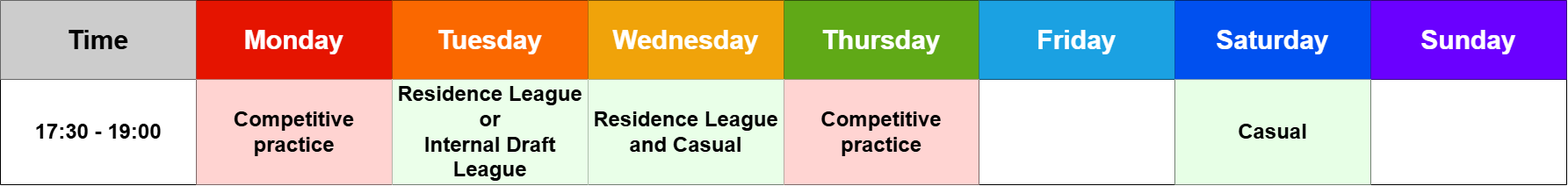
Before: assets/images/Weekly schedule.png, a diagram exported from draw.io (RenierDuminy/Competitive-Frisbee-League). Source tidied: cells renumbered, new cells last; positions are measured from the earlier drawing's top-left corner, leaving out a move shared by most shapes.
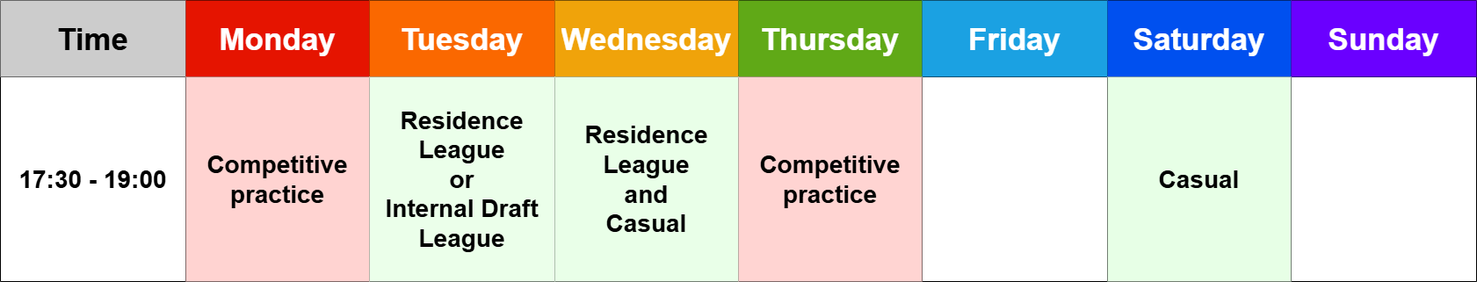
After the commit.

The edit, as a diff of the source:
```diff
@@ -2,62 +2,62 @@
   <root>
     <mxCell id="0" />
     <mxCell id="1" parent="0" />
-    <mxCell id="2" style="shape=table;startSize=0;fontSize=11;" parent="1" vertex="1">
-      <mxGeometry width="1783" height="210" as="geometry" />
+    <mxCell id="2" style="shape=table;startSize=0;fontSize=12;perimeterSpacing=5;rounded=0;swimlaneFillColor=none;gradientColor=none;flipV=0;flipH=0;strokeWidth=1;whiteSpace=wrap;textShadow=0;align=left;strokeColor=default;" parent="1" vertex="1">
+      <mxGeometry width="1680" height="320" as="geometry" />
     </mxCell>
-    <mxCell id="3" style="shape=tableRow;horizontal=0;startSize=0;swimlaneHead=0;swimlaneBody=0;strokeColor=inherit;top=0;left=0;bottom=0;right=0;fillColor=none;" parent="2" vertex="1">
-      <mxGeometry width="1783" height="90" as="geometry" />
+    <mxCell id="3" style="shape=tableRow;horizontal=0;startSize=0;swimlaneHead=0;swimlaneBody=0;strokeColor=default;top=0;left=0;bottom=0;right=0;fillColor=none;strokeWidth=1;" parent="2" vertex="1">
+      <mxGeometry width="1680" height="87" as="geometry" />
     </mxCell>
-    <mxCell id="4" value="Time" style="shape=partialRectangle;html=1;whiteSpace=wrap;strokeColor=inherit;overflow=hidden;fillColor=#CCCCCC;top=0;left=0;bottom=0;right=0;fontFamily=Helvetica;fontSize=30;fontStyle=1;" parent="3" vertex="1">
-      <mxGeometry width="223" height="90" as="geometry" />
+    <mxCell id="4" value="Time" style="shape=partialRectangle;html=1;whiteSpace=wrap;strokeColor=default;overflow=hidden;fillColor=#CCCCCC;top=0;left=0;bottom=0;right=0;fontFamily=Helvetica;fontSize=35;fontStyle=1;strokeWidth=1;" parent="3" vertex="1">
+      <mxGeometry width="211" height="87" as="geometry" />
     </mxCell>
-    <mxCell id="5" value="&lt;font style=&quot;color: rgb(255, 255, 255);&quot;&gt;Monday&lt;/font&gt;" style="shape=partialRectangle;html=1;whiteSpace=wrap;strokeColor=#B20000;overflow=hidden;fillColor=#e51400;top=0;left=0;bottom=0;right=0;fontFamily=Helvetica;fontSize=30;fontStyle=1;fontColor=#ffffff;" parent="3" vertex="1">
-      <mxGeometry x="223" width="223" height="90" as="geometry" />
+    <mxCell id="5" value="&lt;font style=&quot;color: rgb(255, 255, 255);&quot;&gt;Monday&lt;/font&gt;" style="shape=partialRectangle;html=1;whiteSpace=wrap;strokeColor=default;overflow=hidden;fillColor=#e51400;top=0;left=0;bottom=0;right=0;fontFamily=Helvetica;fontSize=35;fontStyle=1;fontColor=#ffffff;strokeWidth=1;" parent="3" vertex="1">
+      <mxGeometry x="211" width="209" height="87" as="geometry" />
     </mxCell>
-    <mxCell id="6" value="&lt;span style=&quot;font-style: normal; font-variant-ligatures: normal; font-variant-caps: normal; letter-spacing: normal; orphans: 2; text-align: center; text-indent: 0px; text-transform: none; widows: 2; word-spacing: 0px; -webkit-text-stroke-width: 0px; white-space: normal; text-decoration-thickness: initial; text-decoration-style: initial; text-decoration-color: initial; float: none; display: inline !important;&quot;&gt;&lt;font style=&quot;color: rgb(255, 255, 255);&quot;&gt;Tuesday&lt;/font&gt;&lt;/span&gt;" style="shape=partialRectangle;html=1;whiteSpace=wrap;strokeColor=#C73500;overflow=hidden;fillColor=#fa6800;top=0;left=0;bottom=0;right=0;fontFamily=Helvetica;fontSize=30;fontStyle=1;fontColor=#000000;" parent="3" vertex="1">
-      <mxGeometry x="446" width="223" height="90" as="geometry" />
+    <mxCell id="6" value="&lt;span style=&quot;font-style: normal; font-variant-ligatures: normal; font-variant-caps: normal; letter-spacing: normal; orphans: 2; text-align: center; text-indent: 0px; text-transform: none; widows: 2; word-spacing: 0px; -webkit-text-stroke-width: 0px; white-space: normal; text-decoration-thickness: initial; text-decoration-style: initial; text-decoration-color: initial; float: none; display: inline !important;&quot;&gt;&lt;font style=&quot;color: rgb(255, 255, 255);&quot;&gt;Tuesday&lt;/font&gt;&lt;/span&gt;" style="shape=partialRectangle;html=1;whiteSpace=wrap;strokeColor=default;overflow=hidden;fillColor=#fa6800;top=0;left=0;bottom=0;right=0;fontFamily=Helvetica;fontSize=35;fontStyle=1;fontColor=#000000;strokeWidth=1;" parent="3" vertex="1">
+      <mxGeometry x="420" width="211" height="87" as="geometry" />
     </mxCell>
-    <mxCell id="7" value="&lt;span style=&quot;font-style: normal; font-variant-ligatures: normal; font-variant-caps: normal; letter-spacing: normal; orphans: 2; text-align: center; text-indent: 0px; text-transform: none; widows: 2; word-spacing: 0px; -webkit-text-stroke-width: 0px; white-space: normal; text-decoration-thickness: initial; text-decoration-style: initial; text-decoration-color: initial; float: none; display: inline !important;&quot;&gt;&lt;font style=&quot;color: rgb(255, 255, 255);&quot;&gt;Wednesday&lt;/font&gt;&lt;/span&gt;" style="shape=partialRectangle;html=1;whiteSpace=wrap;strokeColor=#BD7000;overflow=hidden;fillColor=#f0a30a;top=0;left=0;bottom=0;right=0;fontFamily=Helvetica;fontSize=30;fontStyle=1;fontColor=#000000;" parent="3" vertex="1">
-      <mxGeometry x="669" width="223" height="90" as="geometry" />
+    <mxCell id="7" value="&lt;span style=&quot;font-style: normal; font-variant-ligatures: normal; font-variant-caps: normal; letter-spacing: normal; orphans: 2; text-align: center; text-indent: 0px; text-transform: none; widows: 2; word-spacing: 0px; -webkit-text-stroke-width: 0px; white-space: normal; text-decoration-thickness: initial; text-decoration-style: initial; text-decoration-color: initial; float: none; display: inline !important;&quot;&gt;&lt;font style=&quot;color: rgb(255, 255, 255);&quot;&gt;Wednesday&lt;/font&gt;&lt;/span&gt;" style="shape=partialRectangle;html=1;whiteSpace=wrap;strokeColor=default;overflow=hidden;fillColor=#f0a30a;top=0;left=0;bottom=0;right=0;fontFamily=Helvetica;fontSize=35;fontStyle=1;fontColor=#000000;strokeWidth=1;" parent="3" vertex="1">
+      <mxGeometry x="631" width="209" height="87" as="geometry" />
     </mxCell>
-    <mxCell id="8" value="&lt;span style=&quot;font-style: normal; font-variant-ligatures: normal; font-variant-caps: normal; letter-spacing: normal; orphans: 2; text-align: center; text-indent: 0px; text-transform: none; widows: 2; word-spacing: 0px; -webkit-text-stroke-width: 0px; white-space: normal; text-decoration-thickness: initial; text-decoration-style: initial; text-decoration-color: initial; float: none; display: inline !important;&quot;&gt;&lt;font style=&quot;color: rgb(255, 255, 255);&quot;&gt;Thursday&lt;/font&gt;&lt;/span&gt;" style="shape=partialRectangle;html=1;whiteSpace=wrap;strokeColor=#2D7600;overflow=hidden;fillColor=#60a917;top=0;left=0;bottom=0;right=0;fontFamily=Helvetica;fontSize=30;fontStyle=1;fontColor=#ffffff;" parent="3" vertex="1">
-      <mxGeometry x="892" width="222" height="90" as="geometry" />
+    <mxCell id="8" value="&lt;span style=&quot;font-style: normal; font-variant-ligatures: normal; font-variant-caps: normal; letter-spacing: normal; orphans: 2; text-align: center; text-indent: 0px; text-transform: none; widows: 2; word-spacing: 0px; -webkit-text-stroke-width: 0px; white-space: normal; text-decoration-thickness: initial; text-decoration-style: initial; text-decoration-color: initial; float: none; display: inline !important;&quot;&gt;&lt;font style=&quot;color: rgb(255, 255, 255);&quot;&gt;Thursday&lt;/font&gt;&lt;/span&gt;" style="shape=partialRectangle;html=1;whiteSpace=wrap;strokeColor=default;overflow=hidden;fillColor=#60a917;top=0;left=0;bottom=0;right=0;fontFamily=Helvetica;fontSize=35;fontStyle=1;fontColor=#ffffff;strokeWidth=1;" parent="3" vertex="1">
+      <mxGeometry x="840" width="209" height="87" as="geometry" />
     </mxCell>
-    <mxCell id="9" value="Friday" style="shape=partialRectangle;html=1;whiteSpace=wrap;strokeColor=#006EAF;overflow=hidden;fillColor=#1ba1e2;top=0;left=0;bottom=0;right=0;fontFamily=Helvetica;fontSize=30;fontStyle=1;fontColor=#ffffff;" parent="3" vertex="1">
-      <mxGeometry x="1114" width="223" height="90" as="geometry" />
+    <mxCell id="9" value="Friday" style="shape=partialRectangle;html=1;whiteSpace=wrap;strokeColor=default;overflow=hidden;fillColor=#1ba1e2;top=0;left=0;bottom=0;right=0;fontFamily=Helvetica;fontSize=35;fontStyle=1;fontColor=#ffffff;strokeWidth=1;" parent="3" vertex="1">
+      <mxGeometry x="1049" width="211" height="87" as="geometry" />
     </mxCell>
-    <mxCell id="10" value="&lt;span style=&quot;font-style: normal; font-variant-ligatures: normal; font-variant-caps: normal; letter-spacing: normal; orphans: 2; text-align: center; text-indent: 0px; text-transform: none; widows: 2; word-spacing: 0px; -webkit-text-stroke-width: 0px; white-space: normal; text-decoration-thickness: initial; text-decoration-style: initial; text-decoration-color: initial; float: none; display: inline !important;&quot;&gt;&lt;font style=&quot;color: rgb(255, 255, 255);&quot;&gt;Saturday&lt;/font&gt;&lt;/span&gt;" style="shape=partialRectangle;html=1;whiteSpace=wrap;strokeColor=#001DBC;overflow=hidden;fillColor=#0050ef;top=0;left=0;bottom=0;right=0;fontFamily=Helvetica;fontSize=30;fontStyle=1;fontColor=#ffffff;" parent="3" vertex="1">
-      <mxGeometry x="1337" width="223" height="90" as="geometry" />
+    <mxCell id="10" value="&lt;span style=&quot;font-style: normal; font-variant-ligatures: normal; font-variant-caps: normal; letter-spacing: normal; orphans: 2; text-align: center; text-indent: 0px; text-transform: none; widows: 2; word-spacing: 0px; -webkit-text-stroke-width: 0px; white-space: normal; text-decoration-thickness: initial; text-decoration-style: initial; text-decoration-color: initial; float: none; display: inline !important;&quot;&gt;&lt;font style=&quot;color: rgb(255, 255, 255);&quot;&gt;Saturday&lt;/font&gt;&lt;/span&gt;" style="shape=partialRectangle;html=1;whiteSpace=wrap;strokeColor=default;overflow=hidden;fillColor=#0050ef;top=0;left=0;bottom=0;right=0;fontFamily=Helvetica;fontSize=35;fontStyle=1;fontColor=#ffffff;strokeWidth=1;" parent="3" vertex="1">
+      <mxGeometry x="1260" width="209" height="87" as="geometry" />
     </mxCell>
-    <mxCell id="11" value="Sunday" style="shape=partialRectangle;html=1;whiteSpace=wrap;strokeColor=#3700CC;overflow=hidden;fillColor=#6a00ff;top=0;left=0;bottom=0;right=0;fontFamily=Helvetica;fontSize=30;fontStyle=1;fontColor=#ffffff;" parent="3" vertex="1">
-      <mxGeometry x="1560" width="223" height="90" as="geometry" />
+    <mxCell id="11" value="Sunday" style="shape=partialRectangle;html=1;whiteSpace=wrap;strokeColor=default;overflow=hidden;fillColor=#6a00ff;top=0;left=0;bottom=0;right=0;fontFamily=Helvetica;fontSize=35;fontStyle=1;fontColor=#ffffff;strokeWidth=1;" parent="3" vertex="1">
+      <mxGeometry x="1469" width="211" height="87" as="geometry" />
     </mxCell>
-    <mxCell id="12" style="shape=tableRow;horizontal=0;startSize=0;swimlaneHead=0;swimlaneBody=0;strokeColor=inherit;top=0;left=0;bottom=0;right=0;fillColor=none;" parent="2" vertex="1">
-      <mxGeometry y="90" width="1783" height="120" as="geometry" />
+    <mxCell id="12" style="shape=tableRow;horizontal=0;startSize=0;swimlaneHead=0;swimlaneBody=0;strokeColor=default;top=0;left=0;bottom=0;right=0;fillColor=none;strokeWidth=1;" parent="2" vertex="1">
+      <mxGeometry y="87" width="1680" height="233" as="geometry" />
     </mxCell>
-    <mxCell id="13" value="17:30 - 19:00" style="shape=partialRectangle;html=1;whiteSpace=wrap;strokeColor=inherit;overflow=hidden;fillColor=none;top=0;left=0;bottom=0;right=0;fontSize=24;verticalAlign=middle;fontStyle=1;" parent="12" vertex="1">
-      <mxGeometry width="223" height="120" as="geometry" />
+    <mxCell id="13" value="17:30 - 19:00" style="shape=partialRectangle;html=1;whiteSpace=wrap;strokeColor=default;overflow=hidden;fillColor=none;top=0;left=0;bottom=0;right=0;fontSize=28;verticalAlign=middle;fontStyle=1;strokeWidth=1;" parent="12" vertex="1">
+      <mxGeometry width="211" height="233" as="geometry" />
     </mxCell>
-    <mxCell id="14" value="Competitive practice" style="shape=partialRectangle;html=1;whiteSpace=wrap;strokeColor=#b85450;overflow=hidden;fillColor=#FFD3D1;top=0;left=0;bottom=0;right=0;fontSize=24;verticalAlign=middle;fontStyle=1;" parent="12" vertex="1">
-      <mxGeometry x="223" width="223" height="120" as="geometry" />
+    <mxCell id="14" value="Competitive practice" style="shape=partialRectangle;html=1;whiteSpace=wrap;strokeColor=default;overflow=hidden;fillColor=#FFD3D1;top=0;left=0;bottom=0;right=0;fontSize=28;verticalAlign=middle;fontStyle=1;strokeWidth=1;" parent="12" vertex="1">
+      <mxGeometry x="211" width="209" height="233" as="geometry" />
     </mxCell>
-    <mxCell id="15" value="Residence League &lt;br&gt;or &lt;br&gt;Internal Draft League" style="shape=partialRectangle;html=1;whiteSpace=wrap;strokeColor=#82b366;overflow=hidden;fillColor=#EBFFEA;top=0;left=0;bottom=0;right=0;fontSize=24;verticalAlign=middle;fontStyle=1;" parent="12" vertex="1">
-      <mxGeometry x="446" width="223" height="120" as="geometry" />
+    <mxCell id="15" value="Residence League &lt;br&gt;or &lt;br&gt;Internal Draft League" style="shape=partialRectangle;html=1;whiteSpace=wrap;strokeColor=default;overflow=hidden;fillColor=#EBFFEA;top=0;left=0;bottom=0;right=0;fontSize=28;verticalAlign=middle;fontStyle=1;strokeWidth=1;" parent="12" vertex="1">
+      <mxGeometry x="420" width="211" height="233" as="geometry" />
     </mxCell>
-    <mxCell id="16" value="Residence League and Casual" style="shape=partialRectangle;html=1;whiteSpace=wrap;strokeColor=#82b366;overflow=hidden;fillColor=#E9FFE8;top=0;left=0;bottom=0;right=0;fontSize=24;verticalAlign=middle;fontStyle=1;" parent="12" vertex="1">
-      <mxGeometry x="669" width="223" height="120" as="geometry" />
+    <mxCell id="16" value="Residence League &lt;br&gt;and &lt;br&gt;Casual" style="shape=partialRectangle;html=1;whiteSpace=wrap;strokeColor=default;overflow=hidden;fillColor=#E9FFE8;top=0;left=0;bottom=0;right=0;fontSize=28;verticalAlign=middle;fontStyle=1;strokeWidth=1;" parent="12" vertex="1">
+      <mxGeometry x="631" width="209" height="233" as="geometry" />
     </mxCell>
-    <mxCell id="17" value="Competitive practice" style="shape=partialRectangle;html=1;whiteSpace=wrap;strokeColor=#b85450;overflow=hidden;fillColor=#FFD4D2;top=0;left=0;bottom=0;right=0;fontSize=24;verticalAlign=middle;fontStyle=1;" parent="12" vertex="1">
-      <mxGeometry x="892" width="222" height="120" as="geometry" />
+    <mxCell id="17" value="Competitive practice" style="shape=partialRectangle;html=1;whiteSpace=wrap;strokeColor=default;overflow=hidden;fillColor=#FFD4D2;top=0;left=0;bottom=0;right=0;fontSize=28;verticalAlign=middle;fontStyle=1;strokeWidth=1;" parent="12" vertex="1">
+      <mxGeometry x="840" width="209" height="233" as="geometry" />
     </mxCell>
-    <mxCell id="18" style="shape=partialRectangle;html=1;whiteSpace=wrap;strokeColor=inherit;overflow=hidden;fillColor=none;top=0;left=0;bottom=0;right=0;fontSize=24;verticalAlign=middle;fontStyle=1;" parent="12" vertex="1">
-      <mxGeometry x="1114" width="223" height="120" as="geometry" />
+    <mxCell id="18" style="shape=partialRectangle;html=1;whiteSpace=wrap;strokeColor=default;overflow=hidden;fillColor=none;top=0;left=0;bottom=0;right=0;fontSize=28;verticalAlign=middle;fontStyle=1;strokeWidth=1;" parent="12" vertex="1">
+      <mxGeometry x="1049" width="211" height="233" as="geometry" />
     </mxCell>
-    <mxCell id="19" value="Casual" style="shape=partialRectangle;html=1;whiteSpace=wrap;strokeColor=#82b366;overflow=hidden;fillColor=#E7FFE6;top=0;left=0;bottom=0;right=0;fontSize=24;verticalAlign=middle;fontStyle=1;" parent="12" vertex="1">
-      <mxGeometry x="1337" width="223" height="120" as="geometry" />
+    <mxCell id="19" value="Casual" style="shape=partialRectangle;html=1;whiteSpace=wrap;strokeColor=default;overflow=hidden;fillColor=#E7FFE6;top=0;left=0;bottom=0;right=0;fontSize=28;verticalAlign=middle;fontStyle=1;strokeWidth=1;" parent="12" vertex="1">
+      <mxGeometry x="1260" width="209" height="233" as="geometry" />
     </mxCell>
-    <mxCell id="20" style="shape=partialRectangle;html=1;whiteSpace=wrap;strokeColor=inherit;overflow=hidden;fillColor=none;top=0;left=0;bottom=0;right=0;fontSize=24;verticalAlign=middle;fontStyle=1;" parent="12" vertex="1">
-      <mxGeometry x="1560" width="223" height="120" as="geometry" />
+    <mxCell id="20" style="shape=partialRectangle;html=1;whiteSpace=wrap;strokeColor=default;overflow=hidden;fillColor=none;top=0;left=0;bottom=0;right=0;fontSize=28;verticalAlign=middle;fontStyle=1;strokeWidth=1;" parent="12" vertex="1">
+      <mxGeometry x="1469" width="211" height="233" as="geometry" />
     </mxCell>
   </root>
 </mxGraphModel>
```
